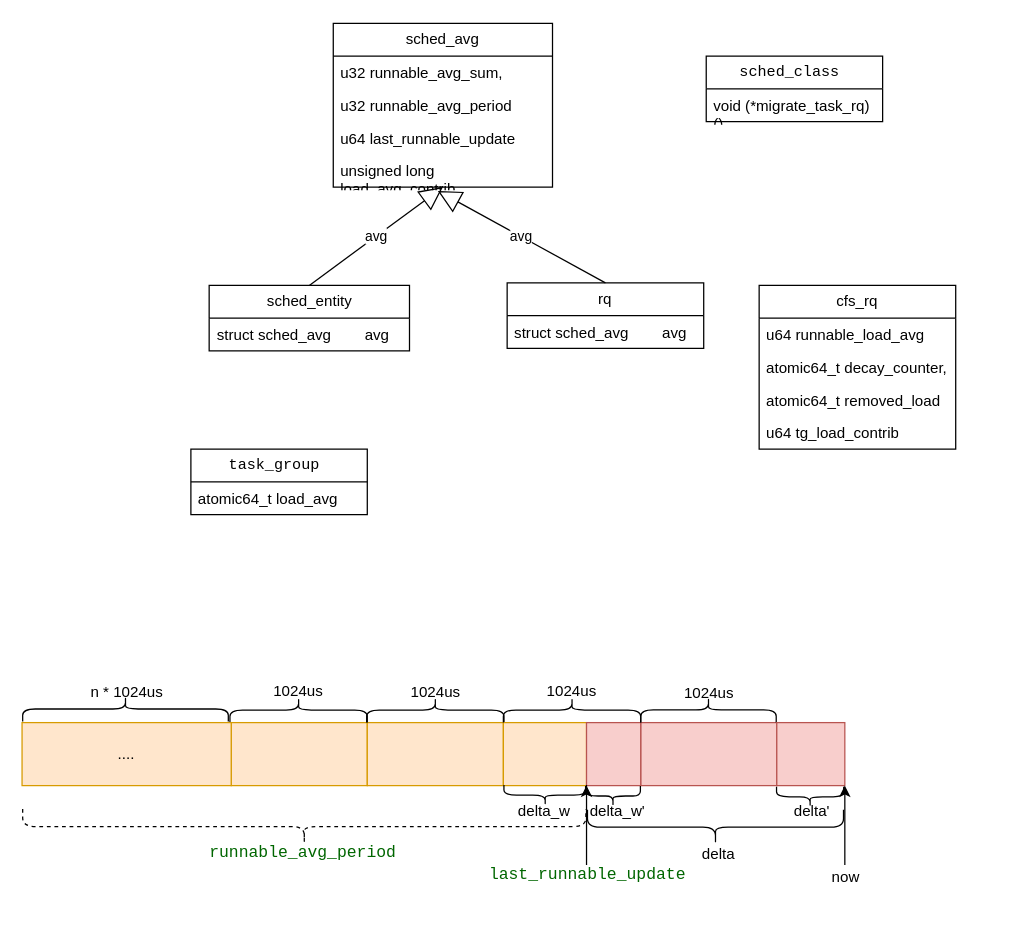
This is pelt.drawio from jasonactions/graph, a draw.io file, before an edit. Source tidied: cells renumbered, new cells numbered last; positions are measured from the earlier drawing's top-left corner, leaving out a move shared by most shapes. Both pictures are drawn from the tidied source at 126%, with x=0, y=0 at pixel (21, 23).
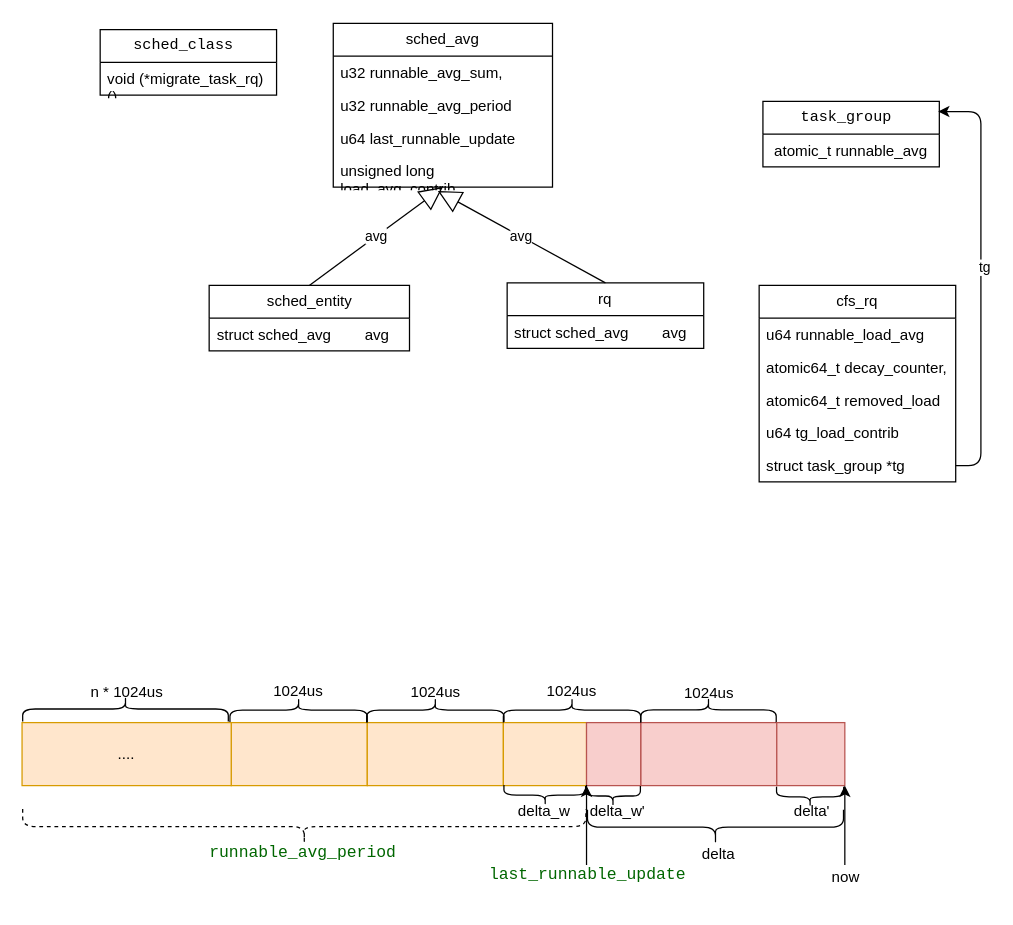
After the change.

What changed in the source:
```diff
@@
     <mxCell id="15" value="cfs_rq" style="swimlane;fontStyle=0;horizontal=1;startSize=26;fillColor=none;whiteSpace=wrap;html=1;" parent="1" vertex="1">
-      <mxGeometry x="585" y="208" width="156" height="130" as="geometry" />
+      <mxGeometry x="585" y="208" width="156" height="156" as="geometry" />
     </mxCell>
@@
+    <mxCell id="53" value="struct task_group *tg" style="text;strokeColor=none;fillColor=none;align=left;verticalAlign=top;spacingLeft=4;spacingRight=4;overflow=hidden;points=[[0,0.5],[1,0.5]];portConstraint=eastwest;whiteSpace=wrap;html=1;" parent="15" vertex="1">
+      <mxGeometry y="130" width="156" height="26" as="geometry" />
+    </mxCell>
@@
     <mxCell id="49" value="&lt;pre id=&quot;b&quot;&gt;&lt;span class=&quot;hunk&quot;&gt;sched_class &lt;/span&gt;&lt;/pre&gt;" style="swimlane;fontStyle=0;horizontal=1;startSize=26;fillColor=none;whiteSpace=wrap;html=1;" parent="1" vertex="1">
-      <mxGeometry x="543" y="26" width="140" height="52" as="geometry" />
+      <mxGeometry x="62" y="5" width="140" height="52" as="geometry" />
     </mxCell>
@@
     <mxCell id="51" value="&lt;pre id=&quot;b&quot;&gt;&lt;span class=&quot;hunk&quot;&gt;task_group &lt;/span&gt;&lt;/pre&gt;" style="swimlane;fontStyle=0;horizontal=1;startSize=26;fillColor=none;whiteSpace=wrap;html=1;" parent="1" vertex="1">
-      <mxGeometry x="134" y="338" width="140" height="52" as="geometry" />
+      <mxGeometry x="588" y="62" width="140" height="52" as="geometry" />
     </mxCell>
-    <mxCell id="52" value="atomic64_t load_avg" style="text;strokeColor=none;fillColor=none;align=left;verticalAlign=top;spacingLeft=4;spacingRight=4;overflow=hidden;whiteSpace=wrap;html=1;" parent="51" vertex="1">
+    <mxCell id="52" value="&amp;nbsp;atomic_t runnable_avg" style="text;strokeColor=none;fillColor=none;align=left;verticalAlign=top;spacingLeft=4;spacingRight=4;overflow=hidden;whiteSpace=wrap;html=1;" parent="51" vertex="1">
       <mxGeometry y="26" width="140" height="26" as="geometry" />
     </mxCell>
+    <mxCell id="54" style="edgeStyle=orthogonalEdgeStyle;rounded=1;jettySize=auto;html=1;entryX=0.993;entryY=0.154;entryDx=0;entryDy=0;entryPerimeter=0;exitX=1;exitY=0.5;exitDx=0;exitDy=0;curved=0;" parent="1" edge="1" source="53" target="51">
+      <mxGeometry relative="1" as="geometry" />
+    </mxCell>
+    <mxCell id="55" value="tg" style="edgeLabel;html=1;align=center;verticalAlign=middle;" parent="54" vertex="1">
+      <mxGeometry x="0.06" y="-2" relative="1" as="geometry" />
+    </mxCell>
```
